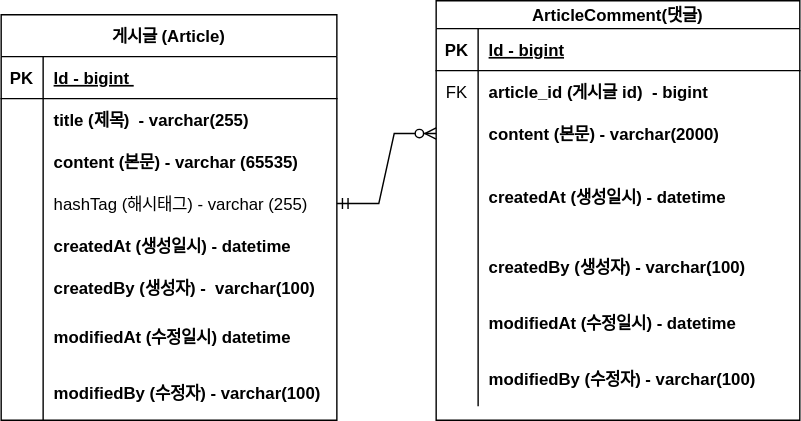
AndrewInSF/fastcampus-project-board keeps this draw.io diagram as document/project-board-erd.svg. Above is the earlier version. Source tidied: cells renumbered, new cells last; positions are measured from the earlier drawing's top-left corner, leaving out a move shared by most shapes.
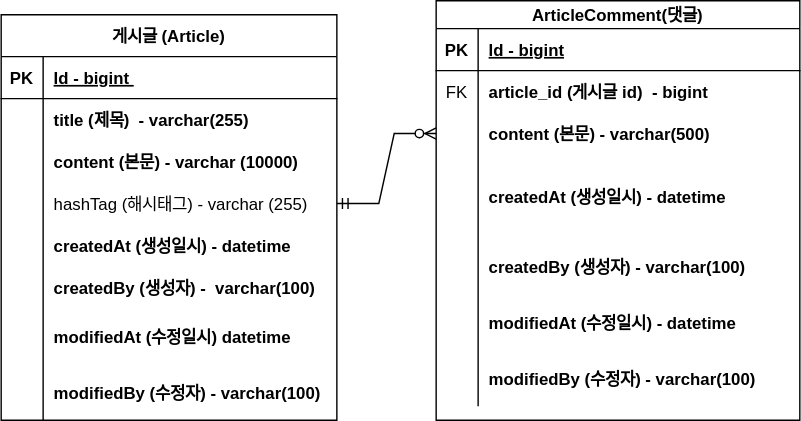
Above is the later version.

Commit message:
#10 - erd 업데이트: content 사이즈 변경

Diff of the diagram source:
```diff
@@ -29,7 +29,7 @@
     <mxCell id="10" style="shape=partialRectangle;fillColor=none;top=0;left=0;bottom=0;right=0;overflow=hidden;" parent="9" vertex="1">
       <mxGeometry width="30" height="30" as="geometry" />
     </mxCell>
-    <mxCell id="11" value="content (본문) - varchar (65535)" style="shape=partialRectangle;fillColor=none;top=0;left=0;bottom=0;right=0;align=left;spacingLeft=6;overflow=hidden;fontStyle=1;" parent="9" vertex="1">
+    <mxCell id="11" value="content (본문) - varchar (10000)" style="shape=partialRectangle;fillColor=none;top=0;left=0;bottom=0;right=0;align=left;spacingLeft=6;overflow=hidden;fontStyle=1;" parent="9" vertex="1">
       <mxGeometry x="30" width="210" height="30" as="geometry" />
     </mxCell>
     <mxCell id="12" style="shape=tableRow;horizontal=0;startSize=0;swimlaneHead=0;swimlaneBody=0;fillColor=none;points=[[0,0.5],[1,0.5]];portConstraint=eastwest;top=0;left=0;right=0;bottom=0;" parent="2" vertex="1">
@@ -104,7 +104,7 @@
     <mxCell id="35" style="shape=partialRectangle;fillColor=none;top=0;left=0;bottom=0;right=0;overflow=hidden;" parent="34" vertex="1">
       <mxGeometry width="30" height="30" as="geometry" />
     </mxCell>
-    <mxCell id="36" value="content (본문) - varchar(2000)" style="shape=partialRectangle;fillColor=none;top=0;left=0;bottom=0;right=0;align=left;spacingLeft=6;overflow=hidden;fontStyle=1;" parent="34" vertex="1">
+    <mxCell id="36" value="content (본문) - varchar(500)" style="shape=partialRectangle;fillColor=none;top=0;left=0;bottom=0;right=0;align=left;spacingLeft=6;overflow=hidden;fontStyle=1;" parent="34" vertex="1">
       <mxGeometry x="30" width="230" height="30" as="geometry" />
     </mxCell>
     <mxCell id="37" style="shape=tableRow;horizontal=0;startSize=0;swimlaneHead=0;swimlaneBody=0;fillColor=none;top=0;left=0;right=0;bottom=0;" parent="27" vertex="1">
```
